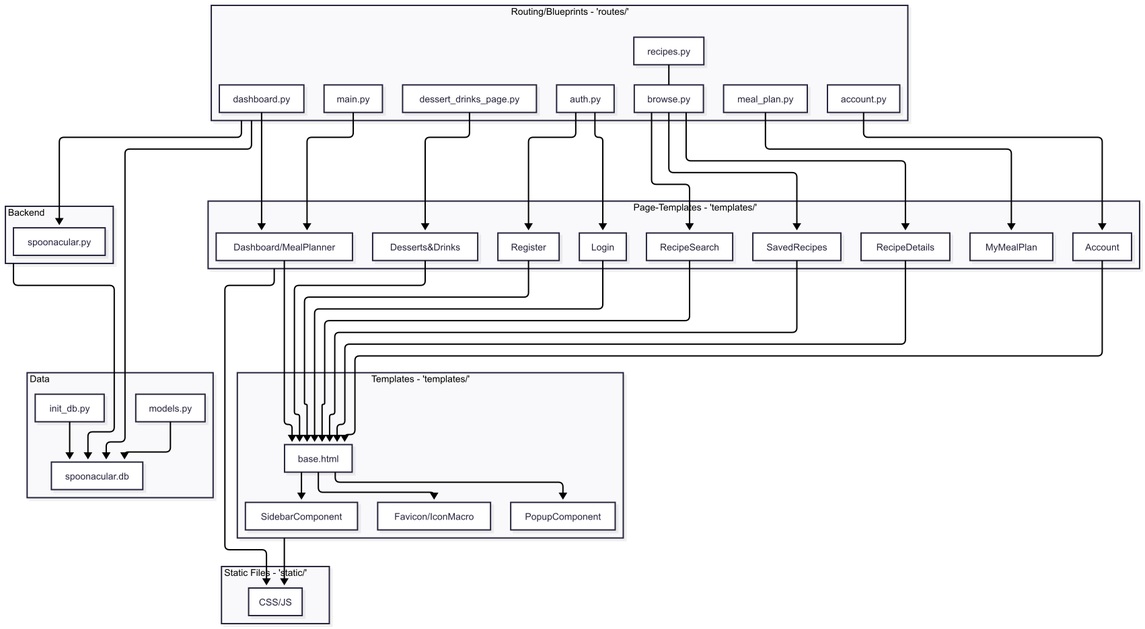
The Mermaid diagram doc/diagrams/structure/structure.png in KireStrings/Meal-Planner, before a commit. Its source is kept beside it as doc/diagrams/structure/structure.mmd.
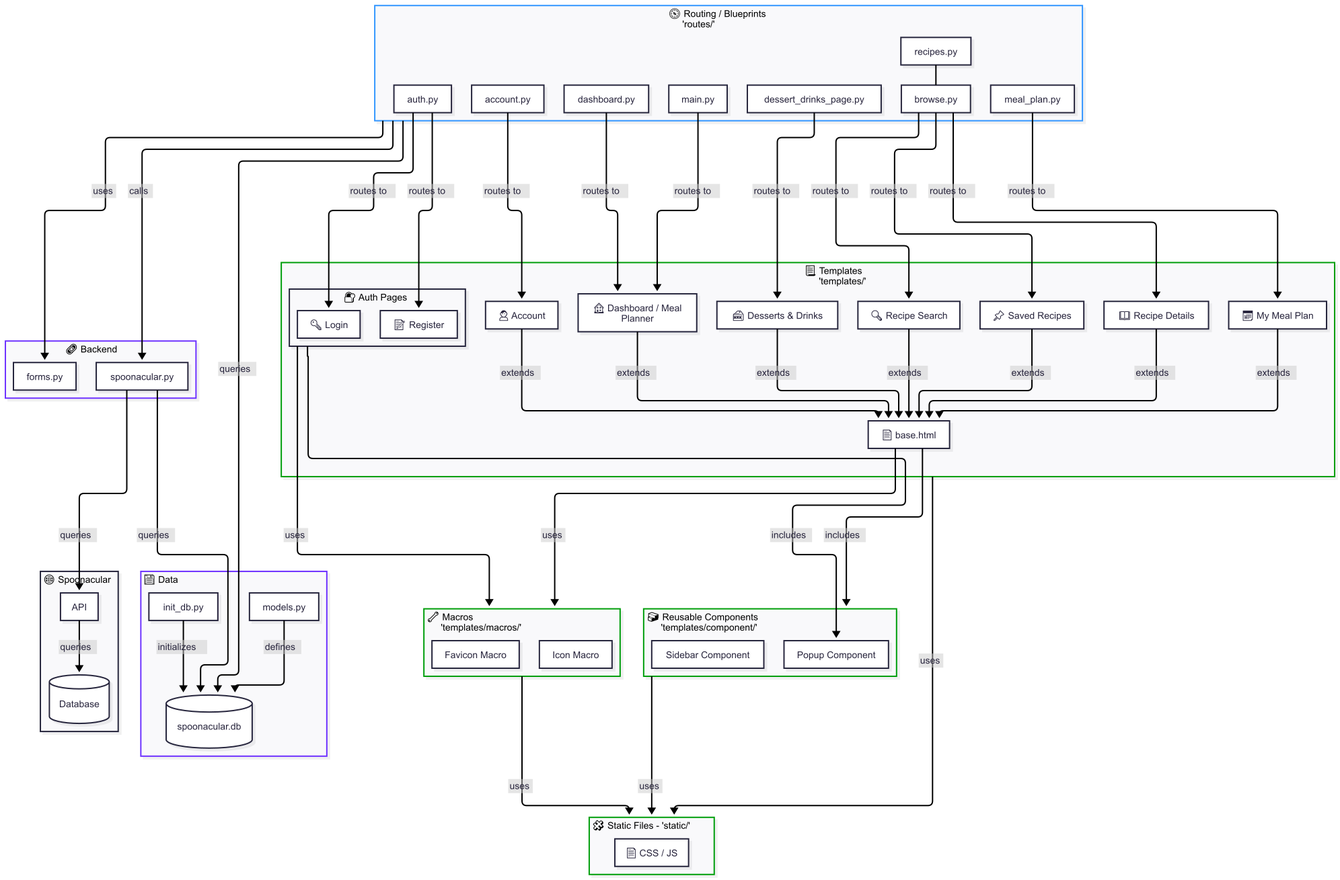
After the change.

Commit message:
doc: fixed and updated structure diagram with improved labels and organization

The edit, as a diff of the source:
```diff
@@ -3,92 +3,109 @@
   layout: elk
   theme: redux
   look: neo
-  htmlLabels: false # fix node texts
+  htmlLabels: false
   flowchart:
-    htmlLabels: false # fix subgraph texts
+    htmlLabels: false
 ---
+
 graph TD
-    subgraph Static Files[Static Files - 'static/']
-        S1[CSS/JS]
-    end
 
-subgraph Templates[Templates - 'templates/']
-    T1[base.html]
-    T2[Sidebar Component]
-    T3[Popup Component]
-    T4[Favicon/Icon Macro]
+subgraph Static["🧩 Static Files — 'static/'"]
+    S1[📄 CSS / JS]
 end
 
-subgraph Page-Templates[Page-Templates - 'templates/']
-    P1[Dashboard/Meal Planner]
-    P3[Desserts & Drinks]
-    P4[Recipe Search]
-    P5[Saved Recipes]
-    P6[Recipe Details]
-    P7[My Meal Plan]
-    P8[Account]
-    P9[Login]
-    P10[Register]
+subgraph Components["🧱 Reusable Components — 'templates/component/'"]
+    C1[Sidebar Component]
+    C2[Popup Component]
 end
 
-subgraph Routing[Routing/Blueprints - 'routes/']
+subgraph Macros["🔧 Macros — 'templates/macros/'"]
+    M1[Favicon Macro]
+    M2[Icon Macro]
+end
+
+subgraph Templates["📃 Templates — 'templates/'"]
+    T1[📄 base.html]
+
+    P2[🏠 Dashboard / Meal Planner]
+    P3[🍰 Desserts & Drinks]
+    P4[🔍 Recipe Search]
+    P5[📌 Saved Recipes]
+    P6[📖 Recipe Details]
+    P7[📅 My Meal Plan]
+    P8[👤 Account]
+
+    subgraph AuthPages["🔐 Auth Pages"]
+        P9[🔑 Login]
+        P10[📝 Register]
+    end
+end
+
+subgraph Routing["🧭 Routing / Blueprints — 'routes/'"]
     R1[main.py]
     R2[dashboard.py]
+    R6[meal_plan.py]
     R3[dessert_drinks_page.py]
     R4[browse.py]
     R5[recipes.py]
-    R6[meal_plan.py]
     R7[auth.py]
     R8[account.py]
 end
 
-subgraph Backend
+subgraph Backend["🔗 Backend"]
     B1[spoonacular.py]
+    B2[forms.py]
 end
 
-subgraph Data
+subgraph Data["💾 Data"]
+    D1[models.py]
     D2[init_db.py]
-    D1[models.py]
-    D3[spoonacular.db]
+    D3[(spoonacular.db)]
 end
 
-R1 --> P1
-R2 --> P1
+subgraph Spoonacular["🌐 Spoonacular"]
+    A1[API]
+    A2[(Database)]
+end
 
-R3 --> P3
 
-R4 --> P4
-R4 --> P5
-R4 --> P6
+R1 -->|routes to| P2
+R2 -->|routes to| P2
+R3 -->|routes to| P3
+R4 -->|routes to| P4 & P5 & P6
 R5 --- R4
+R6 -->|routes to| P7
+R7 -->|routes to| P9 & P10
+R8 -->|routes to| P8
 
-R6 --> P7
+P2 & P3 & P4 & P5 & P6 & P7 & P8 -->|extends| T1
 
-R7 --> P9
-R7 --> P10
+T1 -->|includes| Components
+T1 -->|uses| Macros
 
-R8 --> P8
+AuthPages -->|includes| C2
+AuthPages -->|uses| Macros
 
-Routing --> B1
+Templates & Components & Macros -->|uses| Static
 
-P1 --> T1
-P3 --> T1
-P4 --> T1
-P5 --> T1
-P6 --> T1
-P8 --> T1
-P9 --> T1
-P10 --> T1
+Routing -->|uses| B2
+B1 & Routing -->|queries| D3
+D1 -->|defines| D3
+D2 -->|initializes| D3
 
-T1 --> T2
-T1 --> T3
-T1 --> T4
+Routing -->|calls| B1
 
-Templates --> S1
-Page-Templates --> S1
+A1 -->|queries| A2
+B1 -->|queries| A1
 
-D1 --> D3
-D2 --> D3
-
-Backend --> D3
-Routing --> D3
+style Spoonacular stroke-dasharray: 5 5
+classDef routing stroke:#3396ff;
+class Routing routing
+classDef backend stroke:#6e33ff;
+class Backend backend
+class Data backend
+classDef frontend stroke:#009e07;
+class Templates frontend
+class Components frontend
+class Macros frontend
+class Static frontend
```
